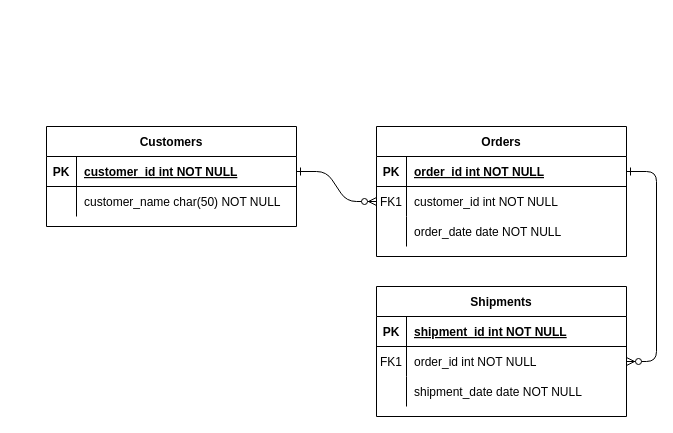
Before: Untitled Diagram.drawio in DABallentine/Career-Village, a draw.io diagram. Source tidied: cells renumbered, new cells numbered last; positions are measured from the earlier drawing's top-left corner, leaving out a move shared by most shapes. Both pictures are drawn from the tidied source at 100%, with x=0, y=0 at pixel (46, 126).
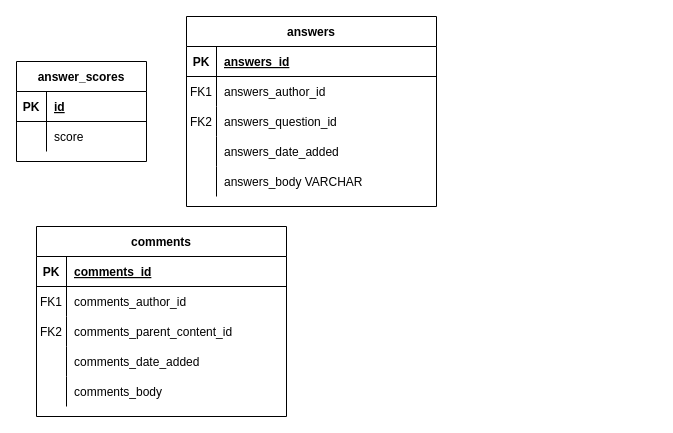
Above is the later version.

The change refers to these unchanged cells:
```xml
<mxCell id="5" style="shape=partialRectangle;fillColor=none;points=[[0,0.5],[1,0.5]];portConstraint=eastwest;top=0;left=0;right=0;bottom=1;" parent="4" vertex="1">
  <mxGeometry y="30" width="250" height="30" as="geometry" />
</mxCell>
<mxCell id="8" style="shape=partialRectangle;fillColor=none;points=[[0,0.5],[1,0.5]];portConstraint=eastwest;top=0;left=0;right=0;bottom=0;" parent="4" vertex="1">
  <mxGeometry y="60" width="250" height="30" as="geometry" />
</mxCell>
```

Change to the diagram source:
```diff
@@
-    <mxCell id="2" style="edgeStyle=entityRelationEdgeStyle;endArrow=ERzeroToMany;startArrow=ERone;endFill=1;startFill=0;" parent="1" edge="1" source="25" target="8">
-      <mxGeometry relative="1" as="geometry" />
-    </mxCell>
-    <mxCell id="3" style="edgeStyle=entityRelationEdgeStyle;endArrow=ERzeroToMany;startArrow=ERone;endFill=1;startFill=0;" parent="1" edge="1" source="5" target="18">
-      <mxGeometry relative="1" as="geometry" />
-    </mxCell>
-    <mxCell id="4" value="Orders" style="shape=table;startSize=30;childLayout=tableLayout;rowLines=0;fontStyle=1;align=center;" parent="1" vertex="1">
-      <mxGeometry x="330" width="250" height="130" as="geometry" />
+    <mxCell id="4" value="answers" style="shape=table;startSize=30;childLayout=tableLayout;rowLines=0;fontStyle=1;align=center;" parent="1" vertex="1">
+      <mxGeometry x="140" y="-110" width="250" height="190" as="geometry" />
     </mxCell>
@@
-    <mxCell id="7" value="order_id int NOT NULL " style="shape=partialRectangle;overflow=hidden;fillColor=none;top=0;left=0;bottom=0;right=0;align=left;spacingLeft=6;fontStyle=5;" parent="5" vertex="1">
+    <mxCell id="7" value="answers_id" style="shape=partialRectangle;overflow=hidden;fillColor=none;top=0;left=0;bottom=0;right=0;align=left;spacingLeft=6;fontStyle=5;" parent="5" vertex="1">
       <mxGeometry x="30" width="220" height="30" as="geometry" />
     </mxCell>
@@
-    <mxCell id="10" value="customer_id int NOT NULL" style="shape=partialRectangle;overflow=hidden;fillColor=none;top=0;left=0;bottom=0;right=0;align=left;spacingLeft=6;" parent="8" vertex="1">
+    <mxCell id="10" value="answers_author_id" style="shape=partialRectangle;overflow=hidden;fillColor=none;top=0;left=0;bottom=0;right=0;align=left;spacingLeft=6;" parent="8" vertex="1">
       <mxGeometry x="30" width="220" height="30" as="geometry" />
     </mxCell>
-    <mxCell id="11" style="shape=partialRectangle;fillColor=none;top=0;left=0;right=0;bottom=0;" parent="4" vertex="1">
-      <mxGeometry y="90" width="250" height="30" as="geometry" />
-    </mxCell>
-    <mxCell id="12" style="shape=partialRectangle;overflow=hidden;fillColor=none;top=0;left=0;bottom=0;right=0;" parent="11" vertex="1">
-      <mxGeometry width="30" height="30" as="geometry" />
-    </mxCell>
-    <mxCell id="13" value="order_date date NOT NULL" style="shape=partialRectangle;overflow=hidden;fillColor=none;top=0;left=0;bottom=0;right=0;align=left;spacingLeft=6;" parent="11" vertex="1">
-      <mxGeometry x="30" width="220" height="30" as="geometry" />
-    </mxCell>
-    <mxCell id="14" value="Shipments" style="shape=table;startSize=30;childLayout=tableLayout;rowLines=0;fontStyle=1;align=center;" parent="1" vertex="1">
-      <mxGeometry x="330" y="160" width="250" height="130" as="geometry" />
-    </mxCell>
-    <mxCell id="15" style="shape=partialRectangle;fillColor=none;top=0;left=0;right=0;bottom=1;" parent="14" vertex="1">
-      <mxGeometry y="30" width="250" height="30" as="geometry" />
-    </mxCell>
-    <mxCell id="16" value="PK" style="shape=partialRectangle;overflow=hidden;fillColor=none;top=0;left=0;bottom=0;right=0;fontStyle=1;" parent="15" vertex="1">
-      <mxGeometry width="30" height="30" as="geometry" />
-    </mxCell>
-    <mxCell id="17" value="shipment_id int NOT NULL " style="shape=partialRectangle;overflow=hidden;fillColor=none;top=0;left=0;bottom=0;right=0;align=left;spacingLeft=6;fontStyle=5;" parent="15" vertex="1">
-      <mxGeometry x="30" width="220" height="30" as="geometry" />
-    </mxCell>
-    <mxCell id="18" style="shape=partialRectangle;fillColor=none;points=[[0,0.5],[1,0.5]];portConstraint=eastwest;top=0;left=0;right=0;bottom=0;" parent="14" vertex="1">
-      <mxGeometry y="60" width="250" height="30" as="geometry" />
-    </mxCell>
-    <mxCell id="19" value="FK1" style="shape=partialRectangle;overflow=hidden;fillColor=none;top=0;left=0;bottom=0;right=0;" parent="18" vertex="1">
-      <mxGeometry width="30" height="30" as="geometry" />
-    </mxCell>
-    <mxCell id="20" value="order_id int NOT NULL" style="shape=partialRectangle;overflow=hidden;fillColor=none;top=0;left=0;bottom=0;right=0;align=left;spacingLeft=6;" parent="18" vertex="1">
-      <mxGeometry x="30" width="220" height="30" as="geometry" />
-    </mxCell>
-    <mxCell id="21" style="shape=partialRectangle;fillColor=none;top=0;left=0;right=0;bottom=0;" parent="14" vertex="1">
-      <mxGeometry y="90" width="250" height="30" as="geometry" />
-    </mxCell>
-    <mxCell id="22" style="shape=partialRectangle;overflow=hidden;fillColor=none;top=0;left=0;bottom=0;right=0;" parent="21" vertex="1">
-      <mxGeometry width="30" height="30" as="geometry" />
-    </mxCell>
-    <mxCell id="23" value="shipment_date date NOT NULL" style="shape=partialRectangle;overflow=hidden;fillColor=none;top=0;left=0;bottom=0;right=0;align=left;spacingLeft=6;" parent="21" vertex="1">
-      <mxGeometry x="30" width="220" height="30" as="geometry" />
-    </mxCell>
+    <mxCell id="31" style="shape=partialRectangle;fillColor=none;top=0;left=0;right=0;bottom=0;" parent="4" vertex="1">
+      <mxGeometry y="90" width="250" height="30" as="geometry" />
+    </mxCell>
+    <mxCell id="32" value="FK2" style="shape=partialRectangle;overflow=hidden;fillColor=none;top=0;left=0;bottom=0;right=0;" parent="31" vertex="1">
+      <mxGeometry width="30" height="30" as="geometry" />
+    </mxCell>
+    <mxCell id="33" value="answers_question_id" style="shape=partialRectangle;overflow=hidden;fillColor=none;top=0;left=0;bottom=0;right=0;align=left;spacingLeft=6;" parent="31" vertex="1">
+      <mxGeometry x="30" width="220" height="30" as="geometry" />
+    </mxCell>
+    <mxCell id="34" style="shape=partialRectangle;fillColor=none;top=0;left=0;right=0;bottom=0;" parent="4" vertex="1">
+      <mxGeometry y="120" width="250" height="30" as="geometry" />
+    </mxCell>
+    <mxCell id="35" style="shape=partialRectangle;overflow=hidden;fillColor=none;top=0;left=0;bottom=0;right=0;" parent="34" vertex="1">
+      <mxGeometry width="30" height="30" as="geometry" />
+    </mxCell>
+    <mxCell id="36" value="answers_date_added" style="shape=partialRectangle;overflow=hidden;fillColor=none;top=0;left=0;bottom=0;right=0;align=left;spacingLeft=6;" parent="34" vertex="1">
+      <mxGeometry x="30" width="220" height="30" as="geometry" />
+    </mxCell>
+    <mxCell id="37" style="shape=partialRectangle;fillColor=none;top=0;left=0;right=0;bottom=0;" parent="4" vertex="1">
+      <mxGeometry y="150" width="250" height="30" as="geometry" />
+    </mxCell>
+    <mxCell id="38" style="shape=partialRectangle;overflow=hidden;fillColor=none;top=0;left=0;bottom=0;right=0;" parent="37" vertex="1">
+      <mxGeometry width="30" height="30" as="geometry" />
+    </mxCell>
+    <mxCell id="39" value="answers_body VARCHAR" style="shape=partialRectangle;overflow=hidden;fillColor=none;top=0;left=0;bottom=0;right=0;align=left;spacingLeft=6;" parent="37" vertex="1">
+      <mxGeometry x="30" width="220" height="30" as="geometry" />
+    </mxCell>
-    <mxCell id="24" value="Customers" style="shape=table;startSize=30;childLayout=tableLayout;rowLines=0;fontStyle=1;align=center;" parent="1" vertex="1">
-      <mxGeometry width="250" height="100" as="geometry" />
+    <mxCell id="24" value="answer_scores" style="shape=table;startSize=30;childLayout=tableLayout;rowLines=0;fontStyle=1;align=center;" parent="1" vertex="1">
+      <mxGeometry x="-30" y="-65" width="130" height="100" as="geometry" />
     </mxCell>
     <mxCell id="25" style="shape=partialRectangle;fillColor=none;points=[[0,0.5],[1,0.5]];portConstraint=eastwest;top=0;left=0;right=0;bottom=1;" parent="24" vertex="1">
-      <mxGeometry y="30" width="250" height="30" as="geometry" />
+      <mxGeometry y="30" width="130" height="30" as="geometry" />
     </mxCell>
@@
-    <mxCell id="27" value="customer_id int NOT NULL " style="shape=partialRectangle;overflow=hidden;fillColor=none;top=0;left=0;bottom=0;right=0;align=left;spacingLeft=6;fontStyle=5;" parent="25" vertex="1">
-      <mxGeometry x="30" width="220" height="30" as="geometry" />
+    <mxCell id="27" value="id" style="shape=partialRectangle;overflow=hidden;fillColor=none;top=0;left=0;bottom=0;right=0;align=left;spacingLeft=6;fontStyle=5;" parent="25" vertex="1">
+      <mxGeometry x="30" width="100" height="30" as="geometry" />
     </mxCell>
     <mxCell id="28" style="shape=partialRectangle;fillColor=none;top=0;left=0;right=0;bottom=0;" parent="24" vertex="1">
-      <mxGeometry y="60" width="250" height="30" as="geometry" />
+      <mxGeometry y="60" width="130" height="30" as="geometry" />
     </mxCell>
@@
-    <mxCell id="30" value="customer_name char(50) NOT NULL" style="shape=partialRectangle;overflow=hidden;fillColor=none;top=0;left=0;bottom=0;right=0;align=left;spacingLeft=6;" parent="28" vertex="1">
-      <mxGeometry x="30" width="220" height="30" as="geometry" />
+    <mxCell id="30" value="score" style="shape=partialRectangle;overflow=hidden;fillColor=none;top=0;left=0;bottom=0;right=0;align=left;spacingLeft=6;" parent="28" vertex="1">
+      <mxGeometry x="30" width="100" height="30" as="geometry" />
     </mxCell>
+    <mxCell id="40" value="comments" style="shape=table;startSize=30;childLayout=tableLayout;rowLines=0;fontStyle=1;align=center;" parent="1" vertex="1">
+      <mxGeometry x="-10" y="100" width="250" height="190" as="geometry" />
+    </mxCell>
+    <mxCell id="15" style="shape=partialRectangle;fillColor=none;top=0;left=0;right=0;bottom=1;" parent="40" vertex="1">
+      <mxGeometry y="30" width="250" height="30" as="geometry" />
+    </mxCell>
+    <mxCell id="16" value="PK" style="shape=partialRectangle;overflow=hidden;fillColor=none;top=0;left=0;bottom=0;right=0;fontStyle=1;" parent="15" vertex="1">
+      <mxGeometry width="30" height="30" as="geometry" />
+    </mxCell>
+    <mxCell id="41" value="comments_id" style="shape=partialRectangle;overflow=hidden;fillColor=none;top=0;left=0;bottom=0;right=0;align=left;spacingLeft=6;fontStyle=5;" parent="15" vertex="1">
+      <mxGeometry x="30" width="220" height="30" as="geometry" />
+    </mxCell>
+    <mxCell id="18" style="shape=partialRectangle;fillColor=none;points=[[0,0.5],[1,0.5]];portConstraint=eastwest;top=0;left=0;right=0;bottom=0;" parent="40" vertex="1">
+      <mxGeometry y="60" width="250" height="30" as="geometry" />
+    </mxCell>
+    <mxCell id="19" value="FK1" style="shape=partialRectangle;overflow=hidden;fillColor=none;top=0;left=0;bottom=0;right=0;" parent="18" vertex="1">
+      <mxGeometry width="30" height="30" as="geometry" />
+    </mxCell>
+    <mxCell id="42" value="comments_author_id" style="shape=partialRectangle;overflow=hidden;fillColor=none;top=0;left=0;bottom=0;right=0;align=left;spacingLeft=6;" parent="18" vertex="1">
+      <mxGeometry x="30" width="220" height="30" as="geometry" />
+    </mxCell>
+    <mxCell id="43" style="shape=partialRectangle;fillColor=none;top=0;left=0;right=0;bottom=0;" parent="40" vertex="1">
+      <mxGeometry y="90" width="250" height="30" as="geometry" />
+    </mxCell>
+    <mxCell id="44" value="FK2" style="shape=partialRectangle;overflow=hidden;fillColor=none;top=0;left=0;bottom=0;right=0;" parent="43" vertex="1">
+      <mxGeometry width="30" height="30" as="geometry" />
+    </mxCell>
+    <mxCell id="45" value="comments_parent_content_id" style="shape=partialRectangle;overflow=hidden;fillColor=none;top=0;left=0;bottom=0;right=0;align=left;spacingLeft=6;" parent="43" vertex="1">
+      <mxGeometry x="30" width="220" height="30" as="geometry" />
+    </mxCell>
+    <mxCell id="46" style="shape=partialRectangle;fillColor=none;top=0;left=0;right=0;bottom=0;" parent="40" vertex="1">
+      <mxGeometry y="120" width="250" height="30" as="geometry" />
+    </mxCell>
+    <mxCell id="47" style="shape=partialRectangle;overflow=hidden;fillColor=none;top=0;left=0;bottom=0;right=0;" parent="46" vertex="1">
+      <mxGeometry width="30" height="30" as="geometry" />
+    </mxCell>
+    <mxCell id="48" value="comments_date_added" style="shape=partialRectangle;overflow=hidden;fillColor=none;top=0;left=0;bottom=0;right=0;align=left;spacingLeft=6;" parent="46" vertex="1">
+      <mxGeometry x="30" width="220" height="30" as="geometry" />
+    </mxCell>
+    <mxCell id="49" style="shape=partialRectangle;fillColor=none;top=0;left=0;right=0;bottom=0;" parent="40" vertex="1">
+      <mxGeometry y="150" width="250" height="30" as="geometry" />
+    </mxCell>
+    <mxCell id="50" style="shape=partialRectangle;overflow=hidden;fillColor=none;top=0;left=0;bottom=0;right=0;" parent="49" vertex="1">
+      <mxGeometry width="30" height="30" as="geometry" />
+    </mxCell>
+    <mxCell id="51" value="comments_body" style="shape=partialRectangle;overflow=hidden;fillColor=none;top=0;left=0;bottom=0;right=0;align=left;spacingLeft=6;" parent="49" vertex="1">
+      <mxGeometry x="30" width="220" height="30" as="geometry" />
+    </mxCell>
```
